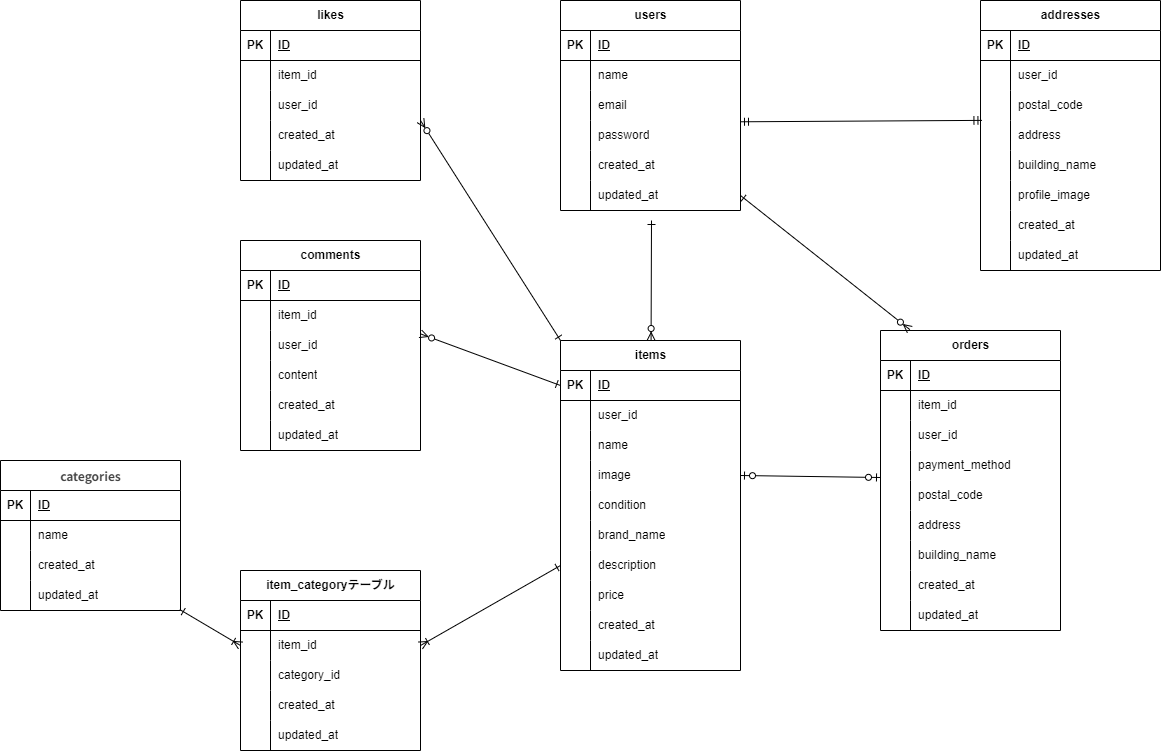
manami0630/coachtech-figma keeps this draw.io diagram as index.drawio.png. Above is the earlier version. Source tidied: cells renumbered, new cells last; positions are measured from the earlier drawing's top-left corner, leaving out a move shared by most shapes.
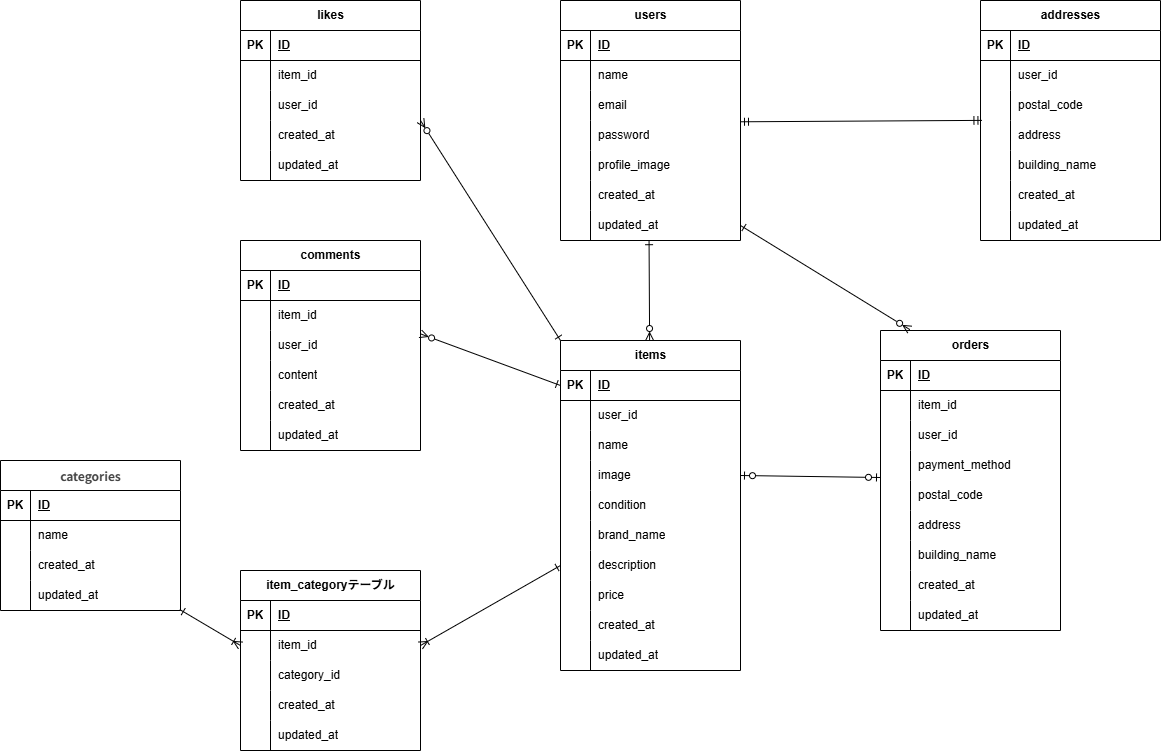
After the commit.

The edit, as a diff of the source:
```diff
@@ -108,7 +108,7 @@
       <mxGeometry x="30" width="150" height="30" as="geometry" />
     </mxCell>
     <mxCell id="37" value="&lt;span class=&quot;notion-enable-hover&quot;&gt;users&lt;/span&gt;" style="shape=table;startSize=30;rowLines=0;fontStyle=1;align=center;html=1;" parent="1" vertex="1">
-      <mxGeometry x="560" width="180" height="210" as="geometry" />
+      <mxGeometry x="560" width="180" height="240" as="geometry" />
     </mxCell>
     <mxCell id="38" style="shape=tableRow;horizontal=0;startSize=0;swimlaneHead=0;swimlaneBody=0;fillColor=none;top=0;left=0;right=0;bottom=1;" parent="37" vertex="1">
       <mxGeometry y="30" width="180" height="30" as="geometry" />
@@ -146,8 +146,17 @@
     <mxCell id="49" value="password" style="shape=partialRectangle;fillColor=none;top=0;left=0;bottom=0;right=0;align=left;spacingLeft=6;overflow=hidden;whiteSpace=wrap;html=1;" parent="47" vertex="1">
       <mxGeometry x="30" width="150" height="30" as="geometry" />
     </mxCell>
+    <mxCell id="177" style="shape=tableRow;horizontal=0;startSize=0;swimlaneHead=0;swimlaneBody=0;fillColor=none;top=0;left=0;right=0;bottom=0;" parent="37" vertex="1">
+      <mxGeometry y="150" width="180" height="30" as="geometry" />
+    </mxCell>
+    <mxCell id="73" style="shape=partialRectangle;fillColor=none;top=0;left=0;bottom=0;right=0;overflow=hidden;whiteSpace=wrap;html=1;" parent="177" vertex="1">
+      <mxGeometry width="30" height="30" as="geometry" />
+    </mxCell>
+    <mxCell id="74" value="&lt;span style=&quot;color: rgb(0, 0, 0);&quot;&gt;profile_image&lt;/span&gt;" style="shape=partialRectangle;fillColor=none;top=0;left=0;bottom=0;right=0;align=left;spacingLeft=6;overflow=hidden;whiteSpace=wrap;html=1;" parent="177" vertex="1">
+      <mxGeometry x="30" width="150" height="30" as="geometry" />
+    </mxCell>
     <mxCell id="50" style="shape=tableRow;horizontal=0;startSize=0;swimlaneHead=0;swimlaneBody=0;fillColor=none;top=0;left=0;right=0;bottom=0;" parent="37" vertex="1">
-      <mxGeometry y="150" width="180" height="30" as="geometry" />
+      <mxGeometry y="180" width="180" height="30" as="geometry" />
     </mxCell>
     <mxCell id="51" style="shape=partialRectangle;fillColor=none;top=0;left=0;bottom=0;right=0;overflow=hidden;whiteSpace=wrap;html=1;" parent="50" vertex="1">
       <mxGeometry width="30" height="30" as="geometry" />
@@ -156,7 +165,7 @@
       <mxGeometry x="30" width="150" height="30" as="geometry" />
     </mxCell>
     <mxCell id="53" style="shape=tableRow;horizontal=0;startSize=0;swimlaneHead=0;swimlaneBody=0;fillColor=none;points=[[0,0.5],[1,0.5]];portConstraint=eastwest;top=0;left=0;right=0;bottom=0;" parent="37" vertex="1">
-      <mxGeometry y="180" width="180" height="30" as="geometry" />
+      <mxGeometry y="210" width="180" height="30" as="geometry" />
     </mxCell>
     <mxCell id="54" style="shape=partialRectangle;fillColor=none;top=0;left=0;bottom=0;right=0;overflow=hidden;whiteSpace=wrap;html=1;" parent="53" vertex="1">
       <mxGeometry width="30" height="30" as="geometry" />
@@ -165,7 +174,7 @@
       <mxGeometry x="30" width="150" height="30" as="geometry" />
     </mxCell>
     <mxCell id="56" value="addresses" style="shape=table;startSize=30;rowLines=0;fontStyle=1;align=center;html=1;" parent="1" vertex="1">
-      <mxGeometry x="980" width="180" height="270" as="geometry" />
+      <mxGeometry x="980" width="180" height="240" as="geometry" />
     </mxCell>
     <mxCell id="57" style="shape=tableRow;horizontal=0;startSize=0;swimlaneHead=0;swimlaneBody=0;fillColor=none;top=0;left=0;right=0;bottom=1;" parent="56" vertex="1">
       <mxGeometry y="30" width="180" height="30" as="geometry" />
@@ -212,17 +221,8 @@
     <mxCell id="71" value="&lt;span style=&quot;color: rgb(0, 0, 0);&quot;&gt;building_name&lt;/span&gt;" style="shape=partialRectangle;fillColor=none;top=0;left=0;bottom=0;right=0;align=left;spacingLeft=6;overflow=hidden;whiteSpace=wrap;html=1;" parent="69" vertex="1">
       <mxGeometry x="30" width="150" height="30" as="geometry" />
     </mxCell>
-    <mxCell id="72" style="shape=tableRow;horizontal=0;startSize=0;swimlaneHead=0;swimlaneBody=0;fillColor=none;top=0;left=0;right=0;bottom=0;" parent="56" vertex="1">
-      <mxGeometry y="180" width="180" height="30" as="geometry" />
-    </mxCell>
-    <mxCell id="73" style="shape=partialRectangle;fillColor=none;top=0;left=0;bottom=0;right=0;overflow=hidden;whiteSpace=wrap;html=1;" parent="72" vertex="1">
-      <mxGeometry width="30" height="30" as="geometry" />
-    </mxCell>
-    <mxCell id="74" value="profile_image" style="shape=partialRectangle;fillColor=none;top=0;left=0;bottom=0;right=0;align=left;spacingLeft=6;overflow=hidden;whiteSpace=wrap;html=1;" parent="72" vertex="1">
-      <mxGeometry x="30" width="150" height="30" as="geometry" />
-    </mxCell>
     <mxCell id="75" style="shape=tableRow;horizontal=0;startSize=0;swimlaneHead=0;swimlaneBody=0;fillColor=none;top=0;left=0;right=0;bottom=0;" parent="56" vertex="1">
-      <mxGeometry y="210" width="180" height="30" as="geometry" />
+      <mxGeometry y="180" width="180" height="30" as="geometry" />
     </mxCell>
     <mxCell id="76" style="shape=partialRectangle;fillColor=none;top=0;left=0;bottom=0;right=0;overflow=hidden;whiteSpace=wrap;html=1;" parent="75" vertex="1">
       <mxGeometry width="30" height="30" as="geometry" />
@@ -231,7 +231,7 @@
       <mxGeometry x="30" width="150" height="30" as="geometry" />
     </mxCell>
     <mxCell id="78" style="shape=tableRow;horizontal=0;startSize=0;swimlaneHead=0;swimlaneBody=0;fillColor=none;top=0;left=0;right=0;bottom=0;" parent="56" vertex="1">
-      <mxGeometry y="240" width="180" height="30" as="geometry" />
+      <mxGeometry y="210" width="180" height="30" as="geometry" />
     </mxCell>
     <mxCell id="79" style="shape=partialRectangle;fillColor=none;top=0;left=0;bottom=0;right=0;overflow=hidden;whiteSpace=wrap;html=1;" parent="78" vertex="1">
       <mxGeometry width="30" height="30" as="geometry" />
@@ -416,10 +416,8 @@
     <mxCell id="139" value="updated_at" style="shape=partialRectangle;fillColor=none;top=0;left=0;bottom=0;right=0;align=left;spacingLeft=6;overflow=hidden;whiteSpace=wrap;html=1;" parent="137" vertex="1">
       <mxGeometry x="30" width="150" height="30" as="geometry" />
     </mxCell>
-    <mxCell id="140" style="html=1;endArrow=ERone;endFill=0;startArrow=ERzeroToMany;startFill=0;" parent="1" edge="1" source="81">
-      <mxGeometry relative="1" as="geometry">
-        <mxPoint x="651" y="220" as="targetPoint" />
-      </mxGeometry>
+    <mxCell id="140" style="html=1;endArrow=ERone;endFill=0;startArrow=ERzeroToMany;startFill=0;entryX=0.492;entryY=1.007;entryDx=0;entryDy=0;entryPerimeter=0;" parent="1" edge="1" source="81" target="53">
+      <mxGeometry relative="1" as="geometry" />
     </mxCell>
     <mxCell id="141" style="edgeStyle=none;html=1;entryX=0.008;entryY=-0.004;entryDx=0;entryDy=0;startArrow=ERmandOne;startFill=0;endArrow=ERmandOne;endFill=0;entryPerimeter=0;exitX=1;exitY=1.043;exitDx=0;exitDy=0;exitPerimeter=0;" parent="1" edge="1" source="44" target="66">
       <mxGeometry relative="1" as="geometry" />
```
